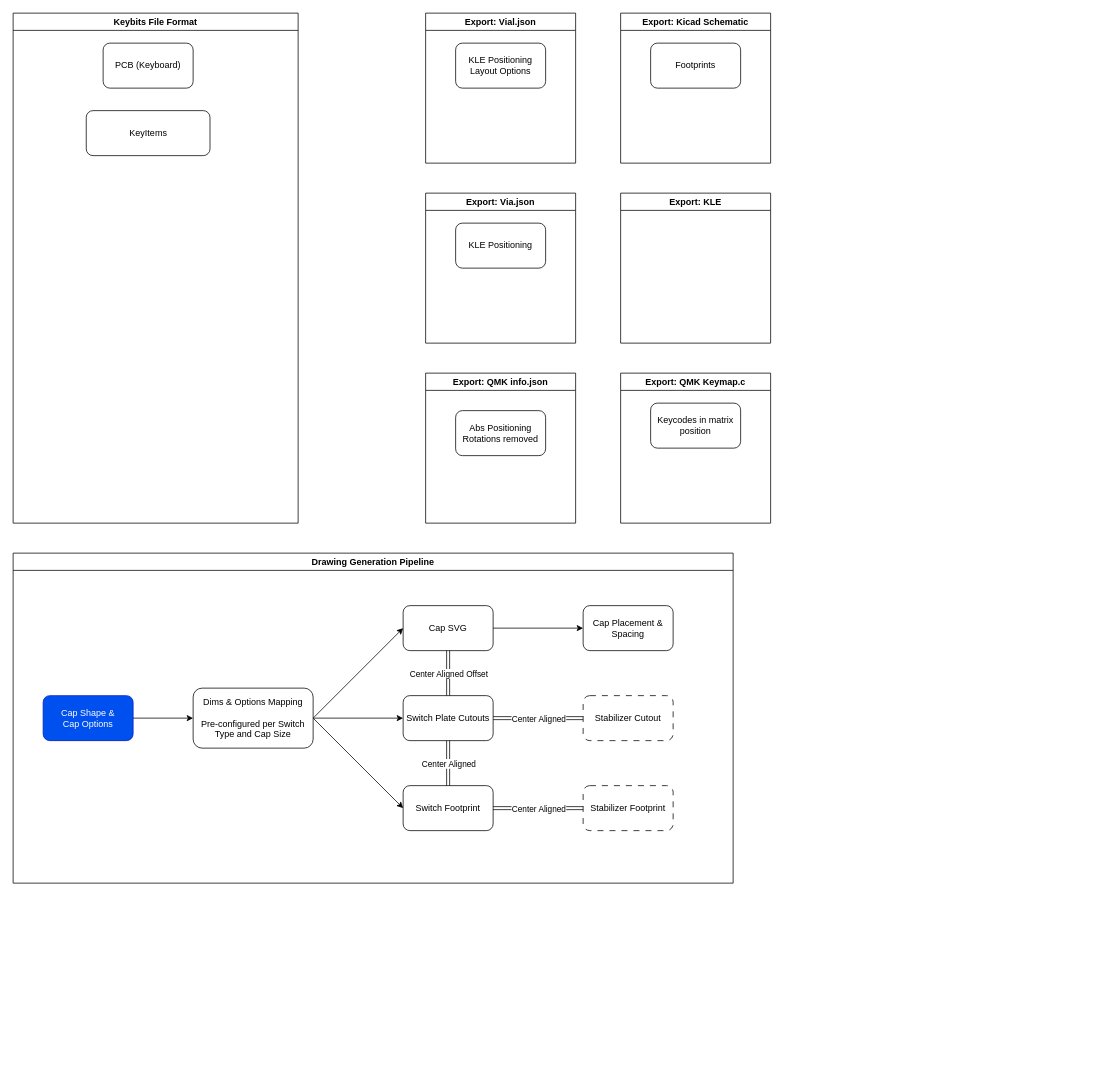
Earlier version of the draw.io diagram keybits.drawio (DamSenViet/keybits-js). Source tidied: cells renumbered, new cells numbered last; positions are measured from the earlier drawing's top-left corner, leaving out a move shared by most shapes. Both pictures are drawn from the tidied source at 75%, with x=0, y=0 at pixel (13, 13).
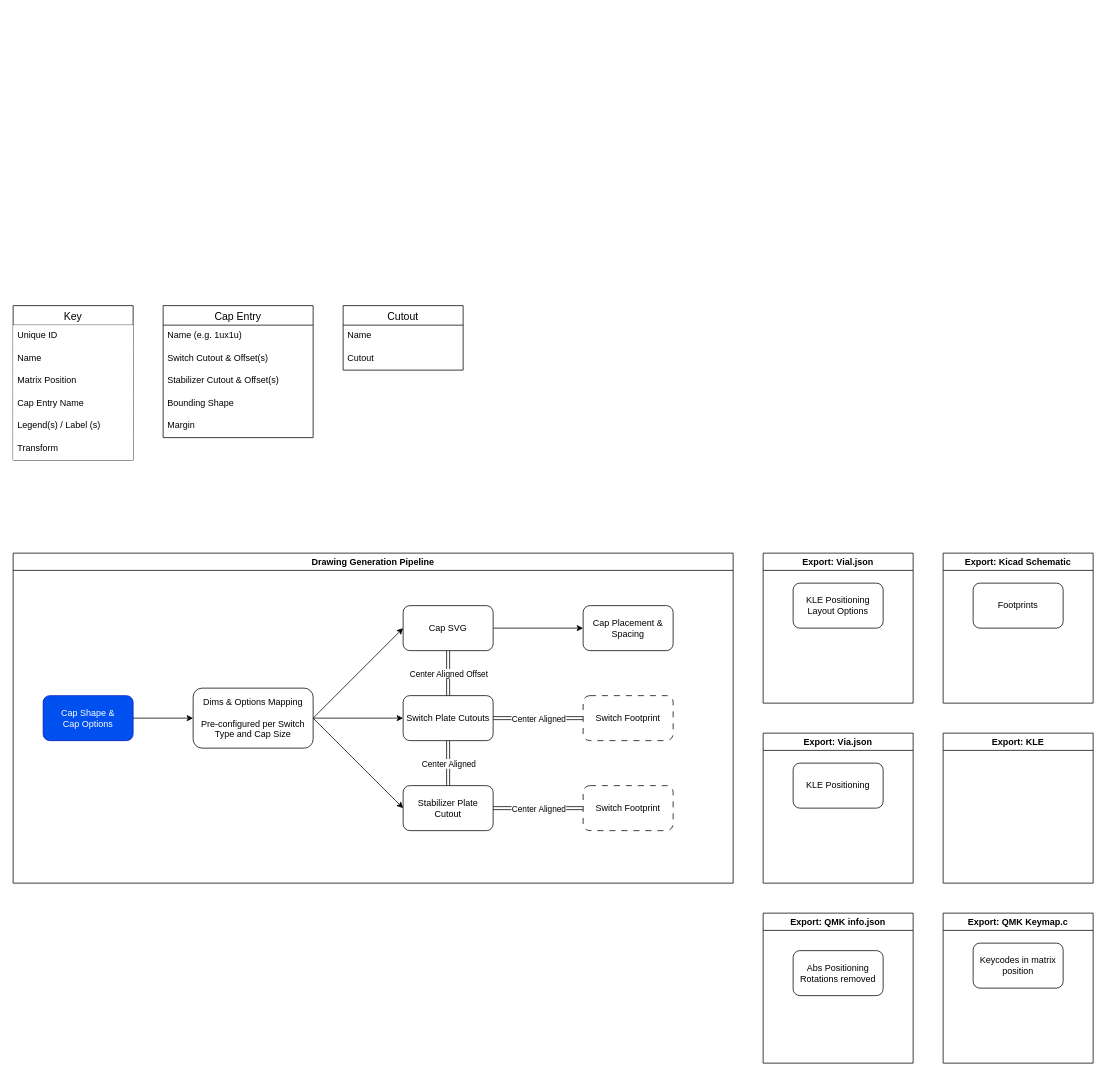
After the change.

The change refers to these unchanged cells:
```xml
<mxCell id="16" value="Drawing Generation Pipeline" style="swimlane;" parent="1" vertex="1">
  <mxGeometry y="720" width="960" height="440" as="geometry" />
</mxCell>
```

The edit, as a diff of the source:
```diff
@@
-    <mxCell id="2" value="Keybits File Format" style="swimlane;whiteSpace=wrap;html=1;" parent="1" vertex="1">
-      <mxGeometry width="380" height="680" as="geometry" />
-    </mxCell>
-    <mxCell id="3" value="PCB (Keyboard)" style="rounded=1;whiteSpace=wrap;html=1;" parent="2" vertex="1">
-      <mxGeometry x="120" y="40" width="120" height="60" as="geometry" />
-    </mxCell>
-    <mxCell id="4" value="KeyItems" style="rounded=1;whiteSpace=wrap;html=1;perimeterSpacing=30;" parent="2" vertex="1">
-      <mxGeometry x="97.5" y="130" width="165" height="60" as="geometry" />
-    </mxCell>
     <mxCell id="5" value="Export: Vial.json" style="swimlane;whiteSpace=wrap;html=1;" parent="1" vertex="1">
-      <mxGeometry x="550" width="200" height="200" as="geometry" />
+      <mxGeometry x="1000" y="720" width="200" height="200" as="geometry" />
     </mxCell>
@@
     <mxCell id="7" value="Export: Via.json" style="swimlane;whiteSpace=wrap;html=1;" parent="1" vertex="1">
-      <mxGeometry x="550" y="240" width="200" height="200" as="geometry" />
+      <mxGeometry x="1000" y="960" width="200" height="200" as="geometry" />
     </mxCell>
@@
     <mxCell id="9" value="Export: QMK info.json" style="swimlane;whiteSpace=wrap;html=1;" parent="1" vertex="1">
-      <mxGeometry x="550" y="480" width="200" height="200" as="geometry" />
+      <mxGeometry x="1000" y="1200" width="200" height="200" as="geometry" />
     </mxCell>
@@
     <mxCell id="11" value="Export: Kicad Schematic" style="swimlane;whiteSpace=wrap;html=1;" parent="1" vertex="1">
-      <mxGeometry x="810" width="200" height="200" as="geometry" />
+      <mxGeometry x="1240" y="720" width="200" height="200" as="geometry" />
     </mxCell>
@@
     <mxCell id="13" value="Export: QMK Keymap.c" style="swimlane;whiteSpace=wrap;html=1;" parent="1" vertex="1">
-      <mxGeometry x="810" y="480" width="200" height="200" as="geometry" />
+      <mxGeometry x="1240" y="1200" width="200" height="200" as="geometry" />
     </mxCell>
@@
     <mxCell id="15" value="Export: KLE" style="swimlane;whiteSpace=wrap;html=1;" parent="1" vertex="1">
-      <mxGeometry x="810" y="240" width="200" height="200" as="geometry" />
+      <mxGeometry x="1240" y="960" width="200" height="200" as="geometry" />
     </mxCell>
@@
-    <mxCell id="23" value="Switch Footprint" style="rounded=1;whiteSpace=wrap;html=1;" parent="16" vertex="1">
+    <mxCell id="23" value="Stabilizer Plate Cutout" style="rounded=1;whiteSpace=wrap;html=1;" parent="16" vertex="1">
       <mxGeometry x="520" y="310" width="120" height="60" as="geometry" />
     </mxCell>
@@
-    <mxCell id="28" value="Stabilizer Footprint" style="rounded=1;whiteSpace=wrap;html=1;dashed=1;dashPattern=8 8;" parent="16" vertex="1">
+    <mxCell id="28" value="Switch Footprint" style="rounded=1;whiteSpace=wrap;html=1;dashed=1;dashPattern=8 8;" parent="16" vertex="1">
       <mxGeometry x="760" y="310" width="120" height="60" as="geometry" />
     </mxCell>
-    <mxCell id="29" value="Stabilizer Cutout" style="rounded=1;whiteSpace=wrap;html=1;dashed=1;dashPattern=8 8;" parent="16" vertex="1">
+    <mxCell id="29" value="Switch Footprint" style="rounded=1;whiteSpace=wrap;html=1;dashed=1;dashPattern=8 8;" parent="16" vertex="1">
       <mxGeometry x="760" y="190" width="120" height="60" as="geometry" />
     </mxCell>
@@
+    <mxCell id="38" value="Key" style="swimlane;fontStyle=0;horizontal=1;startSize=26;align=center;fontSize=14;swimlaneFillColor=none;" parent="1" vertex="1">
+      <mxGeometry y="390" width="160" height="206" as="geometry" />
+    </mxCell>
+    <mxCell id="39" value="Unique ID" style="text;spacingLeft=4;spacingRight=4;overflow=hidden;fontSize=12;fillColor=default;" parent="38" vertex="1">
+      <mxGeometry y="26" width="160" height="30" as="geometry" />
+    </mxCell>
+    <mxCell id="40" value="Name" style="text;spacingLeft=4;spacingRight=4;overflow=hidden;fontSize=12;fillColor=default;" parent="38" vertex="1">
+      <mxGeometry y="56" width="160" height="30" as="geometry" />
+    </mxCell>
+    <mxCell id="41" value="Matrix Position" style="text;spacingLeft=4;spacingRight=4;overflow=hidden;fontSize=12;fillColor=default;" parent="38" vertex="1">
+      <mxGeometry y="86" width="160" height="30" as="geometry" />
+    </mxCell>
+    <mxCell id="42" value="Cap Entry Name" style="text;spacingLeft=4;spacingRight=4;overflow=hidden;fontSize=12;fillColor=default;" parent="38" vertex="1">
+      <mxGeometry y="116" width="160" height="30" as="geometry" />
+    </mxCell>
+    <mxCell id="43" value="Legend(s) / Label (s)" style="text;spacingLeft=4;spacingRight=4;overflow=hidden;fontSize=12;fillColor=default;" parent="38" vertex="1">
+      <mxGeometry y="146" width="160" height="30" as="geometry" />
+    </mxCell>
+    <mxCell id="44" value="Transform" style="text;spacingLeft=4;spacingRight=4;overflow=hidden;fontSize=12;fillColor=default;" parent="38" vertex="1">
+      <mxGeometry y="176" width="160" height="30" as="geometry" />
+    </mxCell>
+    <mxCell id="45" value="Cap Entry" style="swimlane;fontStyle=0;horizontal=1;startSize=26;align=center;fontSize=14;fillColor=default;gradientColor=none;" parent="1" vertex="1">
+      <mxGeometry x="200" y="390" width="200" height="176" as="geometry" />
+    </mxCell>
+    <mxCell id="46" value="Name (e.g. 1ux1u)" style="text;strokeColor=none;fillColor=none;spacingLeft=4;spacingRight=4;overflow=hidden;fontSize=12;" parent="45" vertex="1">
+      <mxGeometry y="26" width="200" height="30" as="geometry" />
+    </mxCell>
+    <mxCell id="47" value="Switch Cutout &amp; Offset(s)" style="text;strokeColor=none;fillColor=none;spacingLeft=4;spacingRight=4;overflow=hidden;fontSize=12;" parent="45" vertex="1">
+      <mxGeometry y="56" width="200" height="30" as="geometry" />
+    </mxCell>
+    <mxCell id="48" value="Stabilizer Cutout &amp; Offset(s)" style="text;strokeColor=none;fillColor=none;spacingLeft=4;spacingRight=4;overflow=hidden;fontSize=12;" parent="45" vertex="1">
+      <mxGeometry y="86" width="200" height="30" as="geometry" />
+    </mxCell>
+    <mxCell id="49" value="Bounding Shape" style="text;strokeColor=none;fillColor=none;spacingLeft=4;spacingRight=4;overflow=hidden;fontSize=12;" parent="45" vertex="1">
+      <mxGeometry y="116" width="200" height="30" as="geometry" />
+    </mxCell>
+    <mxCell id="50" value="Margin" style="text;strokeColor=none;fillColor=none;spacingLeft=4;spacingRight=4;overflow=hidden;fontSize=12;" parent="45" vertex="1">
+      <mxGeometry y="146" width="200" height="30" as="geometry" />
+    </mxCell>
+    <mxCell id="51" value="Cutout" style="swimlane;fontStyle=0;horizontal=1;startSize=26;align=center;fontSize=14;" parent="1" vertex="1">
+      <mxGeometry x="440" y="390" width="160" height="86" as="geometry" />
+    </mxCell>
+    <mxCell id="52" value="Name" style="text;strokeColor=none;fillColor=none;spacingLeft=4;spacingRight=4;overflow=hidden;fontSize=12;" parent="51" vertex="1">
+      <mxGeometry y="26" width="160" height="30" as="geometry" />
+    </mxCell>
+    <mxCell id="53" value="Cutout&#10;" style="text;strokeColor=none;fillColor=none;spacingLeft=4;spacingRight=4;overflow=hidden;fontSize=12;" parent="51" vertex="1">
+      <mxGeometry y="56" width="160" height="30" as="geometry" />
+    </mxCell>
```
